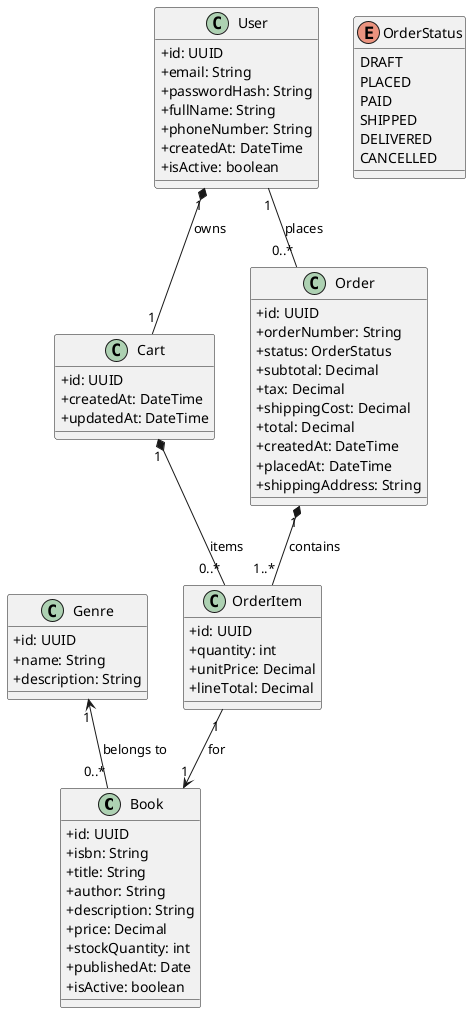
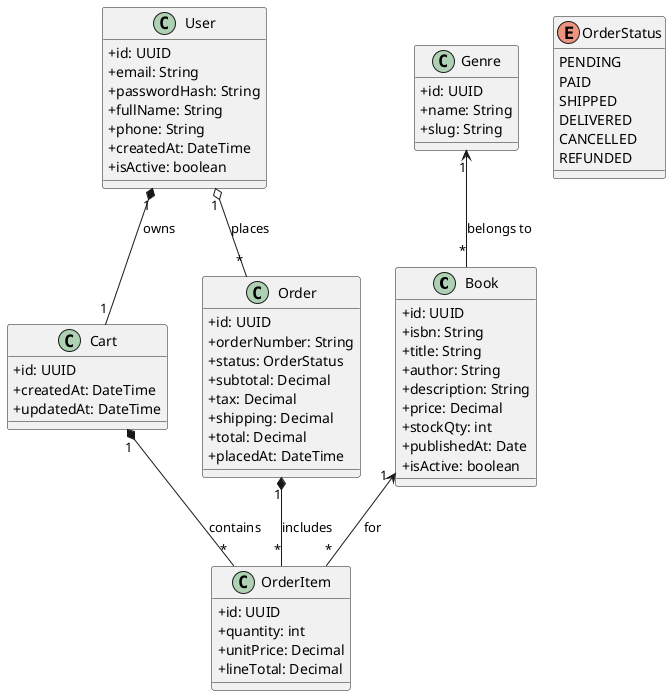
@startuml
skinparam classAttributeIconSize 0

class Book {
  +id: UUID
  +isbn: String
  +title: String
  +author: String
  +description: String
  +price: Decimal
-   +stockQuantity: int
+   +stockQty: int
  +publishedAt: Date
  +isActive: boolean
}

class Genre {
  +id: UUID
  +name: String
-   +description: String
+   +slug: String
}

class User {
  +id: UUID
  +email: String
  +passwordHash: String
  +fullName: String
-   +phoneNumber: String
+   +phone: String
  +createdAt: DateTime
  +isActive: boolean
}

class Cart {
  +id: UUID
  +createdAt: DateTime
  +updatedAt: DateTime
}

class Order {
  +id: UUID
  +orderNumber: String
  +status: OrderStatus
  +subtotal: Decimal
  +tax: Decimal
-   +shippingCost: Decimal
+   +shipping: Decimal
  +total: Decimal
-   +createdAt: DateTime
  +placedAt: DateTime
-   +shippingAddress: String
}

class OrderItem {
  +id: UUID
  +quantity: int
  +unitPrice: Decimal
  +lineTotal: Decimal
}

enum OrderStatus {
-   DRAFT
-   PLACED
+   PENDING
  PAID
  SHIPPED
  DELIVERED
  CANCELLED
+   REFUNDED
}

' Relationships
- Genre "1" <-- "0..*" Book : belongs to
+ Genre "1" <-- "*" Book : belongs to
User "1" *-- "1" Cart : owns
- User "1" -- "0..*" Order : places
- Order "1" *-- "1..*" OrderItem : contains
- Cart "1" *-- "0..*" OrderItem : items
- OrderItem "1" --> "1" Book : for
+ User "1" o-- "*" Order : places

+ Cart "1" *-- "*" OrderItem : contains
+ Order "1" *-- "*" OrderItem : includes
+ 
+ Book "1" <-- "*" OrderItem : for
@enduml